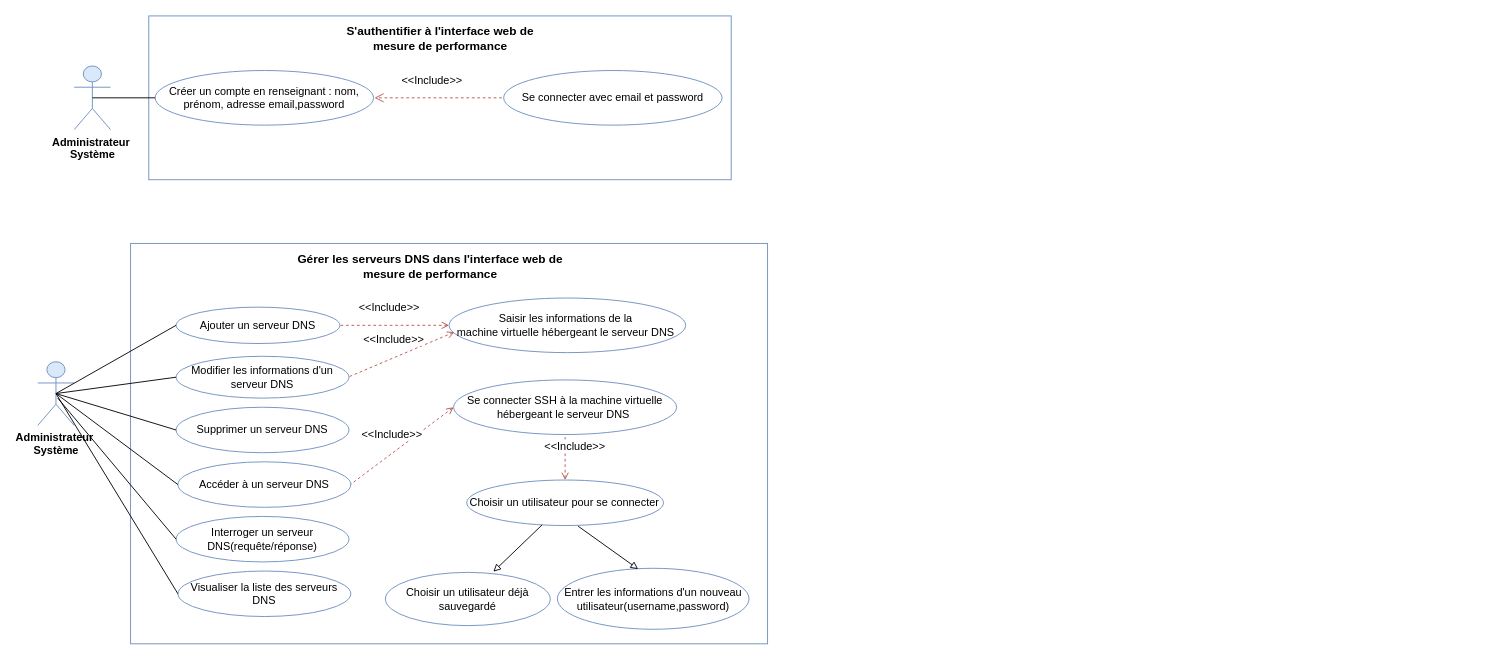
The draw.io diagram UseCaseAuthentification.drawio in eya-harbaoui/Diagramms, before the edit. Source tidied: cells renumbered, new cells numbered last; positions are measured from the earlier drawing's top-left corner, leaving out a move shared by most shapes. Both pictures are drawn from the tidied source at 91%, with x=0, y=0 at pixel (37, 15).
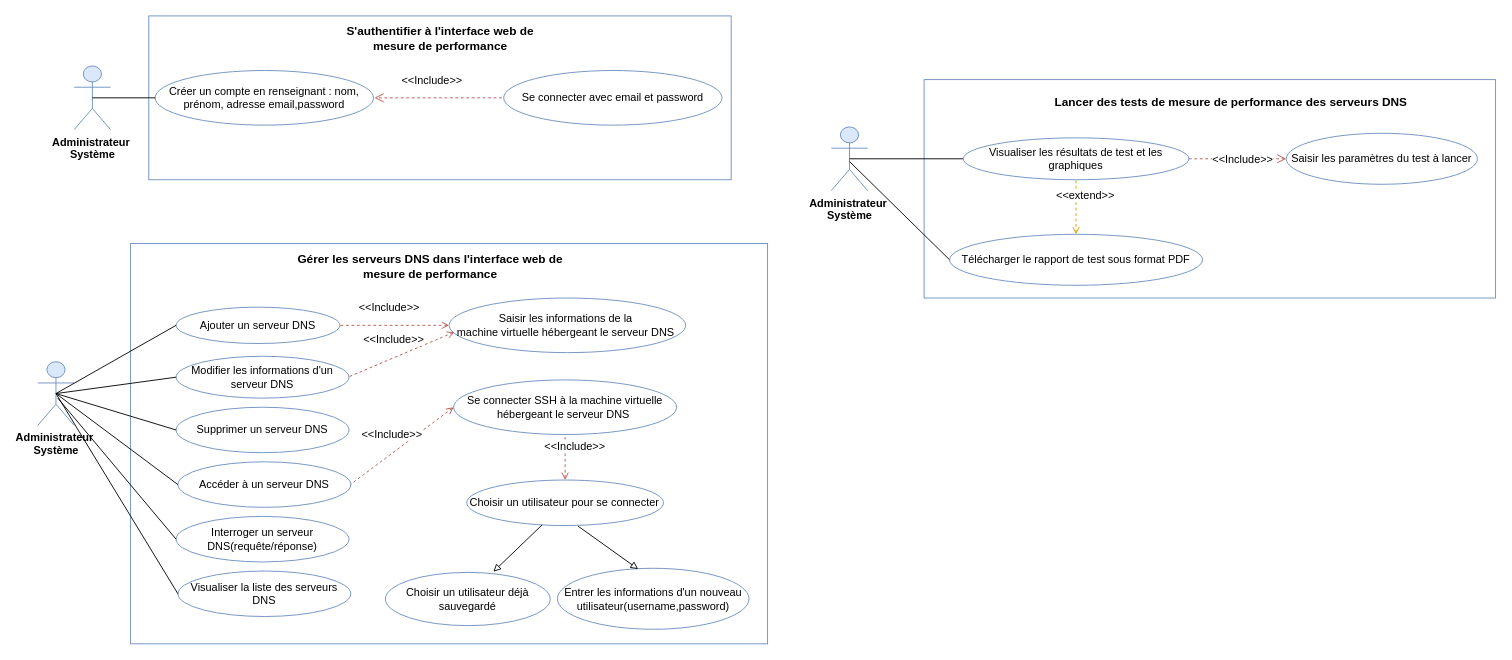
After the change.

Commit message:
Mettre à jour UseCaseAuthentification.drawio

Diff of the diagram source:
```diff
@@
+    <mxCell id="35" value="Administrateur&amp;nbsp;&lt;div&gt;Système&lt;/div&gt;" style="shape=umlActor;verticalLabelPosition=bottom;verticalAlign=top;html=1;outlineConnect=0;fontStyle=1;fillColor=#dae8fc;strokeColor=#6c8ebf;" parent="1" vertex="1">
+      <mxGeometry x="872" y="122" width="40" height="70" as="geometry" />
+    </mxCell>
+    <mxCell id="36" style="rounded=0;whiteSpace=wrap;html=1;strokeColor=#6C8EBF;" parent="1" vertex="1">
+      <mxGeometry x="974" y="70" width="628" height="240" as="geometry" />
+    </mxCell>
+    <mxCell id="37" value="&lt;font style=&quot;font-size: 12px;&quot;&gt;Saisir les paramètres du test à lancer&lt;/font&gt;" style="ellipse;whiteSpace=wrap;html=1;fillColor=#FFFFFF;strokeColor=#6c8ebf;" parent="1" vertex="1">
+      <mxGeometry x="1372" y="129" width="210" height="56" as="geometry" />
+    </mxCell>
+    <mxCell id="38" value="&lt;span style=&quot;font-size: 13px;&quot;&gt;&lt;b&gt;Lancer des tests de mesure de performance des serveurs DNS&lt;/b&gt;&lt;/span&gt;" style="text;strokeColor=none;align=center;fillColor=none;html=1;verticalAlign=middle;whiteSpace=wrap;rounded=0;" parent="1" vertex="1">
+      <mxGeometry x="1082" y="80" width="458.6" height="30" as="geometry" />
+    </mxCell>
+    <mxCell id="39" value="&lt;font style=&quot;font-size: 12px;&quot;&gt;&amp;lt;&amp;lt;Include&amp;gt;&amp;gt;&lt;/font&gt;" style="html=1;verticalAlign=bottom;endArrow=open;dashed=1;endSize=8;curved=0;rounded=0;fillColor=#f8cecc;strokeColor=#b85450;startArrow=none;startFill=0;endFill=0;entryX=0;entryY=0.5;entryDx=0;entryDy=0;exitX=1;exitY=0.5;exitDx=0;exitDy=0;" parent="1" edge="1" source="41" target="37">
+      <mxGeometry x="0.1" y="-10" relative="1" as="geometry" />
+    </mxCell>
+    <mxCell id="40" style="endArrow=none;html=1;rounded=0;entryX=0;entryY=0.5;entryDx=0;entryDy=0;exitX=0.5;exitY=0.5;exitDx=0;exitDy=0;exitPerimeter=0;" parent="1" edge="1" source="35" target="41">
+      <mxGeometry relative="1" as="geometry" />
+    </mxCell>
+    <mxCell id="41" value="&lt;font style=&quot;font-size: 12px;&quot;&gt;Visualiser les résultats de test et les graphiques&lt;/font&gt;" style="ellipse;whiteSpace=wrap;html=1;fillColor=#FFFFFF;strokeColor=#6c8ebf;" parent="1" vertex="1">
+      <mxGeometry x="1017" y="134" width="248" height="46" as="geometry" />
+    </mxCell>
+    <mxCell id="42" value="&lt;font style=&quot;font-size: 12px;&quot;&gt;Télécharger le rapport de test sous format PDF&lt;/font&gt;" style="ellipse;whiteSpace=wrap;html=1;fillColor=#FFFFFF;strokeColor=#6c8ebf;" parent="1" vertex="1">
+      <mxGeometry x="1002" y="240" width="278" height="56" as="geometry" />
+    </mxCell>
+    <mxCell id="43" style="endArrow=none;html=1;rounded=0;entryX=0;entryY=0.5;entryDx=0;entryDy=0;" parent="1" edge="1" target="42">
+      <mxGeometry relative="1" as="geometry">
+        <mxPoint x="892" y="160" as="sourcePoint" />
+      </mxGeometry>
+    </mxCell>
+    <mxCell id="44" value="&lt;font style=&quot;font-size: 12px;&quot;&gt;&amp;lt;&amp;lt;extend&amp;gt;&amp;gt;&lt;/font&gt;" style="html=1;verticalAlign=bottom;endArrow=none;dashed=1;endSize=8;curved=0;rounded=0;fillColor=#ffe6cc;strokeColor=#d79b00;startArrow=open;startFill=0;endFill=0;exitX=0.5;exitY=0;exitDx=0;exitDy=0;" parent="1" edge="1" source="42" target="41">
+      <mxGeometry x="0.1" y="-10" relative="1" as="geometry" />
+    </mxCell>
```
